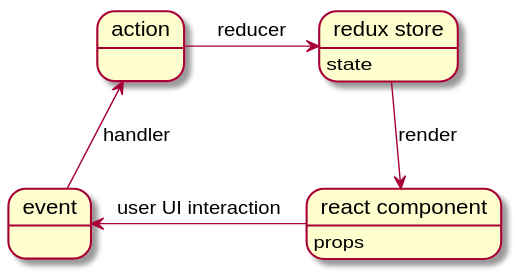
SUNET/eduid-front keeps this PlantUML diagram as doc/img/basic_arch.svg. Above is the earlier version.
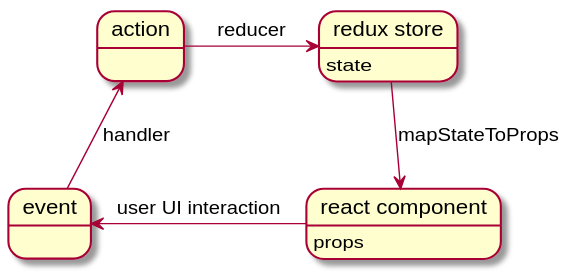
Above is the later version.

What changed in the source:
```diff
@@ -7,7 +7,7 @@
 state event
 state action
 
-store -down-> comp: render
+store -down-> comp: mapStateToProps
 comp -left-> event: user UI interaction
 event -up-> action: handler
 action -right-> store: reducer
```
